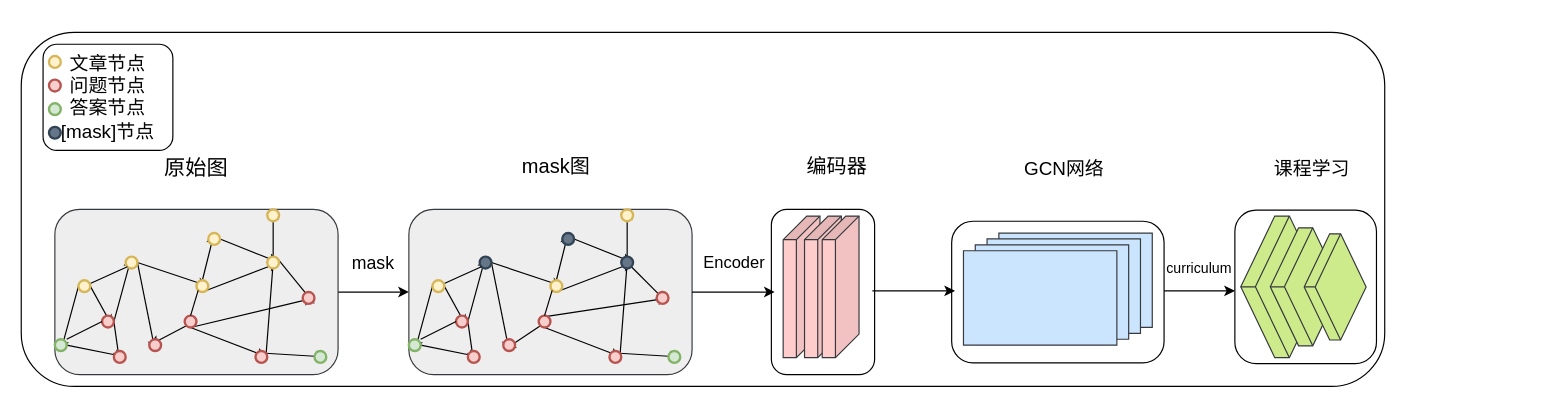
The draw.io diagram page "第 1 页" (1 of 2) of img/未命名绘图.drawio in Chenjingxue/ubiquitous-octo-garbanzo, before the edit. Source tidied: cells renumbered, new cells numbered last; positions are measured from the earlier drawing's top-left corner, leaving out a move shared by most shapes. Both pictures are drawn from the tidied source at 118%, with x=0, y=0 at pixel (20, 32).
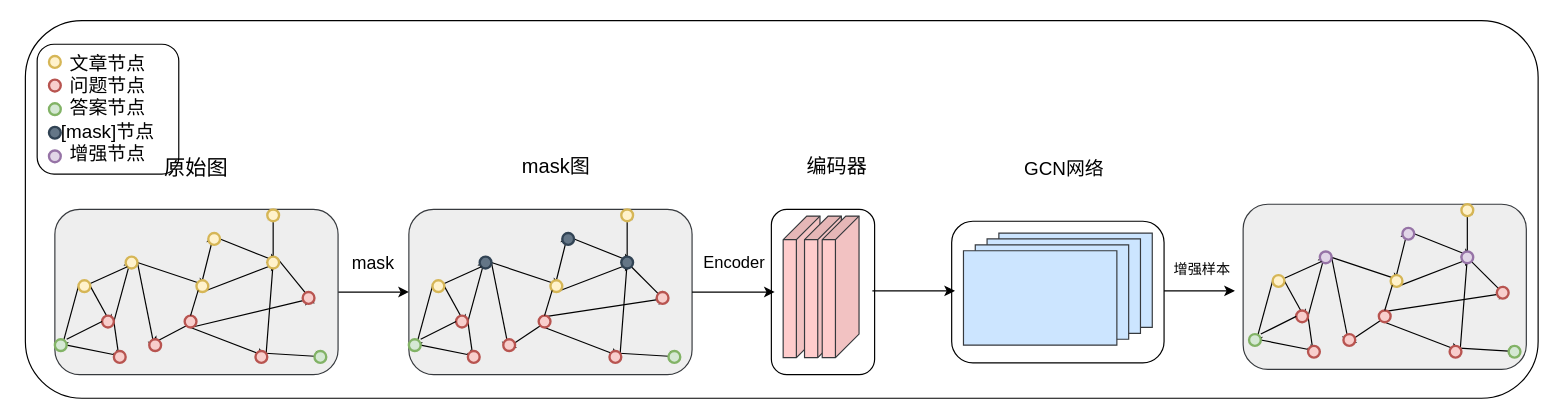
Above is the later version.

Commit message:
更新未命名绘图.drawio

What changed in the source:
```diff
@@
     <mxCell id="2" style="rounded=1;whiteSpace=wrap;html=1;" parent="1" vertex="1">
-      <mxGeometry x="0.5" width="1155.5" height="300" as="geometry" />
+      <mxGeometry x="4" y="-10" width="1282" height="320" as="geometry" />
     </mxCell>
-    <mxCell id="3" style="rounded=1;whiteSpace=wrap;html=1;" parent="1" vertex="1">
-      <mxGeometry x="1029" y="150.6" width="120" height="130" as="geometry" />
-    </mxCell>
@@
-    <mxCell id="8" value="&lt;font style=&quot;font-size: 16px;&quot;&gt;文章节点&lt;br&gt;问题节点&lt;br&gt;答案节点&lt;br&gt;[mask]节点&lt;br&gt;&lt;br&gt;&lt;/font&gt;" style="rounded=1;whiteSpace=wrap;html=1;arcSize=13;verticalAlign=top;align=center;" parent="1" vertex="1">
-      <mxGeometry x="19" y="10" width="110" height="90" as="geometry" />
+    <mxCell id="8" value="&lt;font style=&quot;font-size: 16px;&quot;&gt;文章节点&lt;br&gt;问题节点&lt;br&gt;答案节点&lt;br&gt;[mask]节点&lt;br&gt;增强节点&lt;br&gt;&lt;br&gt;&lt;/font&gt;" style="rounded=1;whiteSpace=wrap;html=1;arcSize=13;verticalAlign=top;align=center;" parent="1" vertex="1">
+      <mxGeometry x="14" y="10" width="120" height="110" as="geometry" />
     </mxCell>
@@
-    <mxCell id="97" style="html=1;whiteSpace=wrap;shape=isoCube2;backgroundOutline=1;isoAngle=15;rotation=90;fillColor=#cdeb8b;strokeColor=#36393d;" parent="1" vertex="1">
-      <mxGeometry x="1009" y="180.6" width="120" height="70" as="geometry" />
-    </mxCell>
-    <mxCell id="98" style="html=1;whiteSpace=wrap;shape=isoCube2;backgroundOutline=1;isoAngle=15;rotation=90;fillColor=#cdeb8b;strokeColor=#36393d;" parent="1" vertex="1">
-      <mxGeometry x="1039" y="185.6" width="100" height="60" as="geometry" />
-    </mxCell>
-    <mxCell id="99" style="html=1;whiteSpace=wrap;shape=isoCube2;backgroundOutline=1;isoAngle=15;rotation=90;fillColor=#cdeb8b;strokeColor=#36393d;" parent="1" vertex="1">
-      <mxGeometry x="1069" y="189.4" width="90" height="52.5" as="geometry" />
-    </mxCell>
@@
-    <mxCell id="101" value="&lt;span style=&quot;white-space: pre; font-size: 16px;&quot;&gt;&#9;&lt;/span&gt;&lt;span style=&quot;white-space: pre; font-size: 16px;&quot;&gt;&#9;&lt;/span&gt;课程学习" style="text;strokeColor=none;align=center;fillColor=none;html=1;verticalAlign=middle;whiteSpace=wrap;rounded=0;fontSize=16;" parent="1" vertex="1">
-      <mxGeometry x="979" y="100" width="160" height="30" as="geometry" />
-    </mxCell>
-    <mxCell id="102" value="curriculum" style="text;strokeColor=none;align=center;fillColor=none;html=1;verticalAlign=middle;whiteSpace=wrap;rounded=0;fontSize=12;" parent="1" vertex="1">
-      <mxGeometry x="979" y="190" width="40" height="20" as="geometry" />
-    </mxCell>
+    <mxCell id="103" style="rounded=1;whiteSpace=wrap;html=1;fillColor=#eeeeee;strokeColor=#36393d;" parent="1" vertex="1">
+      <mxGeometry x="1036" y="145.6" width="240" height="140" as="geometry" />
+    </mxCell>
+    <mxCell id="104" style="edgeStyle=none;rounded=0;jettySize=auto;html=1;exitX=1;exitY=0.5;exitDx=0;exitDy=0;exitPerimeter=0;entryX=0.855;entryY=0.855;entryDx=0;entryDy=0;entryPerimeter=0;spacingRight=0;" parent="1" edge="1" source="136" target="108">
+      <mxGeometry relative="1" as="geometry" />
+    </mxCell>
+    <mxCell id="105" style="edgeStyle=none;rounded=0;jettySize=auto;html=1;exitX=0;exitY=0.5;exitDx=0;exitDy=0;exitPerimeter=0;entryX=0.5;entryY=1;entryDx=0;entryDy=0;entryPerimeter=0;spacingRight=0;" parent="1" edge="1" source="136" target="110">
+      <mxGeometry relative="1" as="geometry" />
+    </mxCell>
+    <mxCell id="106" style="edgeStyle=none;rounded=0;jettySize=auto;html=1;exitX=1;exitY=0.5;exitDx=0;exitDy=0;exitPerimeter=0;entryX=0.5;entryY=1;entryDx=0;entryDy=0;entryPerimeter=0;spacingRight=0;" parent="1" edge="1" source="108" target="123">
+      <mxGeometry relative="1" as="geometry" />
+    </mxCell>
+    <mxCell id="107" style="edgeStyle=none;rounded=0;jettySize=auto;html=1;exitX=1;exitY=0.5;exitDx=0;exitDy=0;exitPerimeter=0;entryX=0.5;entryY=0;entryDx=0;entryDy=0;entryPerimeter=0;" parent="1" edge="1" source="108" target="113">
+      <mxGeometry relative="1" as="geometry" />
+    </mxCell>
+    <mxCell id="108" style="strokeWidth=2;html=1;shape=mxgraph.flowchart.start_2;whiteSpace=wrap;spacingRight=0;fillColor=#f8cecc;strokeColor=#b85450;" parent="1" vertex="1">
+      <mxGeometry x="1081" y="235.6" width="10" height="10" as="geometry" />
+    </mxCell>
+    <mxCell id="109" style="edgeStyle=none;rounded=0;jettySize=auto;html=1;exitX=1;exitY=0.5;exitDx=0;exitDy=0;exitPerimeter=0;entryX=1;entryY=0.5;entryDx=0;entryDy=0;entryPerimeter=0;spacingRight=0;" parent="1" edge="1" source="110" target="123">
+      <mxGeometry relative="1" as="geometry" />
+    </mxCell>
+    <mxCell id="110" style="strokeWidth=2;html=1;shape=mxgraph.flowchart.start_2;whiteSpace=wrap;spacingRight=0;fillColor=#d5e8d4;strokeColor=#82b366;" parent="1" vertex="1">
+      <mxGeometry x="1041" y="255.6" width="10" height="10" as="geometry" />
+    </mxCell>
+    <mxCell id="111" style="edgeStyle=none;rounded=0;jettySize=auto;html=1;exitX=1;exitY=0.5;exitDx=0;exitDy=0;exitPerimeter=0;entryX=1;entryY=0.5;entryDx=0;entryDy=0;entryPerimeter=0;" parent="1" edge="1" source="113" target="120">
+      <mxGeometry relative="1" as="geometry" />
+    </mxCell>
+    <mxCell id="112" style="edgeStyle=none;rounded=0;jettySize=auto;html=1;exitX=1;exitY=0.5;exitDx=0;exitDy=0;exitPerimeter=0;entryX=0.5;entryY=1;entryDx=0;entryDy=0;entryPerimeter=0;" parent="1" edge="1" source="113" target="137">
+      <mxGeometry relative="1" as="geometry" />
+    </mxCell>
+    <mxCell id="113" style="strokeWidth=2;html=1;shape=mxgraph.flowchart.start_2;whiteSpace=wrap;spacingRight=0;fillColor=#e1d5e7;strokeColor=#9673a6;" parent="1" vertex="1">
+      <mxGeometry x="1101" y="185.6" width="10" height="10" as="geometry" />
+    </mxCell>
+    <mxCell id="114" style="edgeStyle=none;rounded=0;jettySize=auto;html=1;exitX=0.5;exitY=1;exitDx=0;exitDy=0;exitPerimeter=0;entryX=1;entryY=0.5;entryDx=0;entryDy=0;entryPerimeter=0;" parent="1" edge="1" source="117" target="129">
+      <mxGeometry relative="1" as="geometry" />
+    </mxCell>
+    <mxCell id="115" style="edgeStyle=none;rounded=0;jettySize=auto;html=1;exitX=0.145;exitY=0.855;exitDx=0;exitDy=0;exitPerimeter=0;entryX=0.145;entryY=0.855;entryDx=0;entryDy=0;entryPerimeter=0;" parent="1" edge="1" source="117" target="137">
+      <mxGeometry relative="1" as="geometry" />
+    </mxCell>
+    <mxCell id="116" style="edgeStyle=none;rounded=0;jettySize=auto;html=1;exitX=0.145;exitY=0.145;exitDx=0;exitDy=0;exitPerimeter=0;entryX=1;entryY=0.5;entryDx=0;entryDy=0;entryPerimeter=0;" parent="1" edge="1" source="117" target="134">
+      <mxGeometry relative="1" as="geometry" />
+    </mxCell>
+    <mxCell id="117" style="strokeWidth=2;html=1;shape=mxgraph.flowchart.start_2;whiteSpace=wrap;fillColor=#f8cecc;strokeColor=#b85450;" parent="1" vertex="1">
+      <mxGeometry x="1151" y="235.6" width="10" height="10" as="geometry" />
+    </mxCell>
+    <mxCell id="118" style="edgeStyle=none;rounded=0;jettySize=auto;html=1;exitX=0.5;exitY=0;exitDx=0;exitDy=0;exitPerimeter=0;entryX=0.5;entryY=0;entryDx=0;entryDy=0;entryPerimeter=0;" parent="1" edge="1" source="120" target="122">
+      <mxGeometry relative="1" as="geometry" />
+    </mxCell>
+    <mxCell id="119" style="edgeStyle=none;rounded=0;jettySize=auto;html=1;exitX=0.5;exitY=1;exitDx=0;exitDy=0;exitPerimeter=0;entryX=1;entryY=0.5;entryDx=0;entryDy=0;entryPerimeter=0;" parent="1" edge="1" source="120" target="132">
+      <mxGeometry relative="1" as="geometry" />
+    </mxCell>
+    <mxCell id="120" style="strokeWidth=2;html=1;shape=mxgraph.flowchart.start_2;whiteSpace=wrap;fillColor=#fff2cc;strokeColor=#d6b656;" parent="1" vertex="1">
+      <mxGeometry x="1161" y="205.6" width="10" height="10" as="geometry" />
+    </mxCell>
+    <mxCell id="121" style="edgeStyle=none;rounded=0;jettySize=auto;html=1;exitX=1;exitY=0.5;exitDx=0;exitDy=0;exitPerimeter=0;entryX=1;entryY=0.5;entryDx=0;entryDy=0;entryPerimeter=0;" parent="1" edge="1" source="122" target="132">
+      <mxGeometry relative="1" as="geometry" />
+    </mxCell>
+    <mxCell id="122" style="strokeWidth=2;html=1;shape=mxgraph.flowchart.start_2;whiteSpace=wrap;fillColor=#e1d5e7;strokeColor=#9673a6;" parent="1" vertex="1">
+      <mxGeometry x="1171" y="165.6" width="10" height="10" as="geometry" />
+    </mxCell>
+    <mxCell id="123" style="strokeWidth=2;html=1;shape=mxgraph.flowchart.start_2;whiteSpace=wrap;spacingRight=0;fillColor=#f8cecc;strokeColor=#b85450;" parent="1" vertex="1">
+      <mxGeometry x="1091" y="265.6" width="10" height="10" as="geometry" />
+    </mxCell>
+    <mxCell id="124" style="endArrow=none;html=1;rounded=0;entryX=0.145;entryY=0.855;entryDx=0;entryDy=0;entryPerimeter=0;spacingRight=0;" parent="1" edge="1" source="136" target="113">
+      <mxGeometry relative="1" as="geometry" />
+    </mxCell>
+    <mxCell id="125" style="endArrow=none;html=1;rounded=0;entryX=0;entryY=0.5;entryDx=0;entryDy=0;entryPerimeter=0;spacingRight=0;" parent="1" edge="1" target="108">
+      <mxGeometry relative="1" as="geometry">
+        <mxPoint x="1051" y="255.6" as="sourcePoint" />
+      </mxGeometry>
+    </mxCell>
+    <mxCell id="126" style="endArrow=none;html=1;rounded=0;entryX=0.145;entryY=0.855;entryDx=0;entryDy=0;entryPerimeter=0;exitX=0.5;exitY=0;exitDx=0;exitDy=0;exitPerimeter=0;" parent="1" edge="1" source="117" target="120">
+      <mxGeometry relative="1" as="geometry">
+        <Array as="points">
+          <mxPoint x="1156" y="235.6" />
+        </Array>
+      </mxGeometry>
+    </mxCell>
+    <mxCell id="127" style="edgeStyle=none;rounded=0;jettySize=auto;html=1;exitX=0.855;exitY=0.855;exitDx=0;exitDy=0;exitPerimeter=0;entryX=0.855;entryY=0.145;entryDx=0;entryDy=0;entryPerimeter=0;" parent="1" edge="1" source="129" target="132">
+      <mxGeometry relative="1" as="geometry">
+        <Array as="points">
+          <mxPoint x="1226" y="190.6" />
+        </Array>
+      </mxGeometry>
+    </mxCell>
+    <mxCell id="128" style="edgeStyle=none;rounded=0;jettySize=auto;html=1;exitX=0.145;exitY=0.145;exitDx=0;exitDy=0;exitPerimeter=0;entryX=1;entryY=0.5;entryDx=0;entryDy=0;entryPerimeter=0;" parent="1" edge="1" source="129" target="135">
+      <mxGeometry relative="1" as="geometry" />
+    </mxCell>
+    <mxCell id="129" style="strokeWidth=2;html=1;shape=mxgraph.flowchart.start_2;whiteSpace=wrap;fillColor=#f8cecc;strokeColor=#b85450;" parent="1" vertex="1">
+      <mxGeometry x="1211" y="265.6" width="10" height="10" as="geometry" />
+    </mxCell>
+    <mxCell id="130" style="edgeStyle=none;rounded=0;jettySize=auto;html=1;exitX=0.5;exitY=0;exitDx=0;exitDy=0;exitPerimeter=0;entryX=0.5;entryY=0;entryDx=0;entryDy=0;entryPerimeter=0;" parent="1" edge="1" source="132" target="133">
+      <mxGeometry relative="1" as="geometry" />
+    </mxCell>
+    <mxCell id="131" style="edgeStyle=none;rounded=0;jettySize=auto;html=1;exitX=0.855;exitY=0.855;exitDx=0;exitDy=0;exitPerimeter=0;entryX=0.855;entryY=0.855;entryDx=0;entryDy=0;entryPerimeter=0;" parent="1" edge="1" source="132" target="134">
+      <mxGeometry relative="1" as="geometry" />
+    </mxCell>
+    <mxCell id="132" style="strokeWidth=2;html=1;shape=mxgraph.flowchart.start_2;whiteSpace=wrap;fillColor=#e1d5e7;strokeColor=#9673a6;" parent="1" vertex="1">
+      <mxGeometry x="1221" y="185.6" width="10" height="10" as="geometry" />
+    </mxCell>
+    <mxCell id="133" style="strokeWidth=2;html=1;shape=mxgraph.flowchart.start_2;whiteSpace=wrap;fillColor=#fff2cc;strokeColor=#d6b656;" parent="1" vertex="1">
+      <mxGeometry x="1221" y="145.6" width="10" height="10" as="geometry" />
+    </mxCell>
+    <mxCell id="134" style="strokeWidth=2;html=1;shape=mxgraph.flowchart.start_2;whiteSpace=wrap;fillColor=#f8cecc;strokeColor=#b85450;" parent="1" vertex="1">
+      <mxGeometry x="1251" y="215.6" width="10" height="10" as="geometry" />
+    </mxCell>
+    <mxCell id="135" style="strokeWidth=2;html=1;shape=mxgraph.flowchart.start_2;whiteSpace=wrap;fillColor=#d5e8d4;strokeColor=#82b366;" parent="1" vertex="1">
+      <mxGeometry x="1261" y="265.6" width="10" height="10" as="geometry" />
+    </mxCell>
+    <mxCell id="136" style="strokeWidth=2;html=1;shape=mxgraph.flowchart.start_2;whiteSpace=wrap;spacingRight=0;fillColor=#fff2cc;strokeColor=#d6b656;" parent="1" vertex="1">
+      <mxGeometry x="1061" y="205.6" width="10" height="10" as="geometry" />
+    </mxCell>
+    <mxCell id="137" style="strokeWidth=2;html=1;shape=mxgraph.flowchart.start_2;whiteSpace=wrap;spacingRight=0;fillColor=#f8cecc;strokeColor=#b85450;" parent="1" vertex="1">
+      <mxGeometry x="1121" y="255.6" width="10" height="10" as="geometry" />
+    </mxCell>
+    <mxCell id="138" style="strokeWidth=2;html=1;shape=mxgraph.flowchart.start_2;whiteSpace=wrap;fillColor=#e1d5e7;strokeColor=#9673a6;" parent="1" vertex="1">
+      <mxGeometry x="24" y="100" width="10" height="10" as="geometry" />
+    </mxCell>
+    <mxCell id="139" value="增强样本" style="text;html=1;align=center;verticalAlign=middle;strokeColor=none;fillColor=none;" parent="1" vertex="1">
+      <mxGeometry x="966" y="185.6" width="70" height="30" as="geometry" />
+    </mxCell>
```
